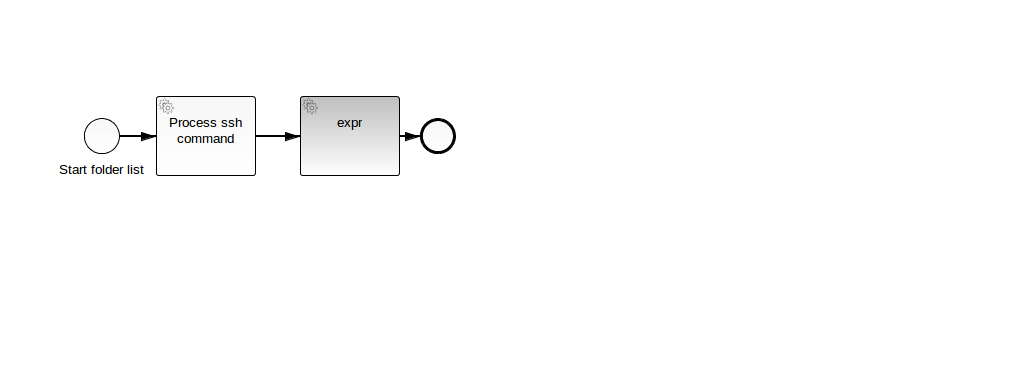
Above: src/main/resources/SshModeler.png in sumanta23/misc (BPMN), before the change. Its source is kept beside it as src/main/resources/SshModeler.bpmn. Ids are renumbered.
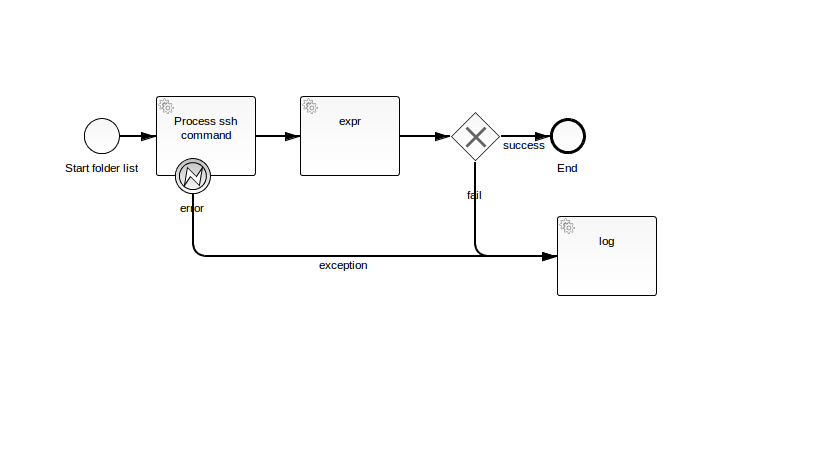
The same file after the commit.

Commit message:
error handling

What changed in the source:
```diff
@@ -22,8 +22,9 @@
     <bpmn2:sequenceFlow id="SequenceFlow_5" name="fail&#xA;" sourceRef="ExclusiveGateway_1" targetRef="ServiceTask_3">
       <bpmn2:conditionExpression xsi:type="bpmn2:tFormalExpression">${chk !=  true}</bpmn2:conditionExpression>
     </bpmn2:sequenceFlow>
-    <bpmn2:serviceTask id="ServiceTask_3" camunda:class="org.sumanta.camunda.ejb.EjbSshDelegate" name="log">
+    <bpmn2:serviceTask id="ServiceTask_3" camunda:expression="${sshBean.getsysout(execution)}" name="log">
       <bpmn2:incoming>SequenceFlow_5</bpmn2:incoming>
+      <bpmn2:incoming>SequenceFlow_20</bpmn2:incoming>
     </bpmn2:serviceTask>
     <bpmn2:endEvent id="EndEvent_2" name="End">
       <bpmn2:incoming>SequenceFlow_6</bpmn2:incoming>
@@ -31,7 +32,13 @@
     <bpmn2:sequenceFlow id="SequenceFlow_6" name="success" sourceRef="ExclusiveGateway_1" targetRef="EndEvent_2">
       <bpmn2:conditionExpression xsi:type="bpmn2:tFormalExpression">${chk ==  true}</bpmn2:conditionExpression>
     </bpmn2:sequenceFlow>
+    <bpmn2:boundaryEvent id="BoundaryEvent_1" name="samerror" attachedToRef="ServiceTask_1">
+      <bpmn2:outgoing>SequenceFlow_20</bpmn2:outgoing>
+      <bpmn2:errorEventDefinition id="samerror" errorRef="Error_1"/>
+    </bpmn2:boundaryEvent>
+    <bpmn2:sequenceFlow id="SequenceFlow_20" name="exception&#xA;&#xA;" sourceRef="BoundaryEvent_1" targetRef="ServiceTask_3"/>
   </bpmn2:process>
+  <bpmn2:error id="Error_1" errorCode="samerror"/>
   <bpmndi:BPMNDiagram id="BPMNDiagram_1">
     <bpmndi:BPMNPlane id="BPMNPlane_1" bpmnElement="sshexe">
       <bpmndi:BPMNShape id="_BPMNShape_StartEvent_5" bpmnElement="StartEvent_1">
@@ -85,6 +92,14 @@
         <di:waypoint xsi:type="dc:Point" x="500.0" y="136.0"/>
         <di:waypoint xsi:type="dc:Point" x="550.0" y="136.0"/>
       </bpmndi:BPMNEdge>
+      <bpmndi:BPMNShape id="_BPMNShape_BoundaryEvent_11" bpmnElement="BoundaryEvent_1">
+        <dc:Bounds height="36.0" width="36.0" x="175.0" y="158.0"/>
+      </bpmndi:BPMNShape>
+      <bpmndi:BPMNEdge id="BPMNEdge_SequenceFlow_20" bpmnElement="SequenceFlow_20" sourceElement="_BPMNShape_BoundaryEvent_11" targetElement="_BPMNShape_ServiceTask_24">
+        <di:waypoint xsi:type="dc:Point" x="193.0" y="194.0"/>
+        <di:waypoint xsi:type="dc:Point" x="193.0" y="256.0"/>
+        <di:waypoint xsi:type="dc:Point" x="557.0" y="256.0"/>
+      </bpmndi:BPMNEdge>
     </bpmndi:BPMNPlane>
   </bpmndi:BPMNDiagram>
 </bpmn2:definitions>
```
